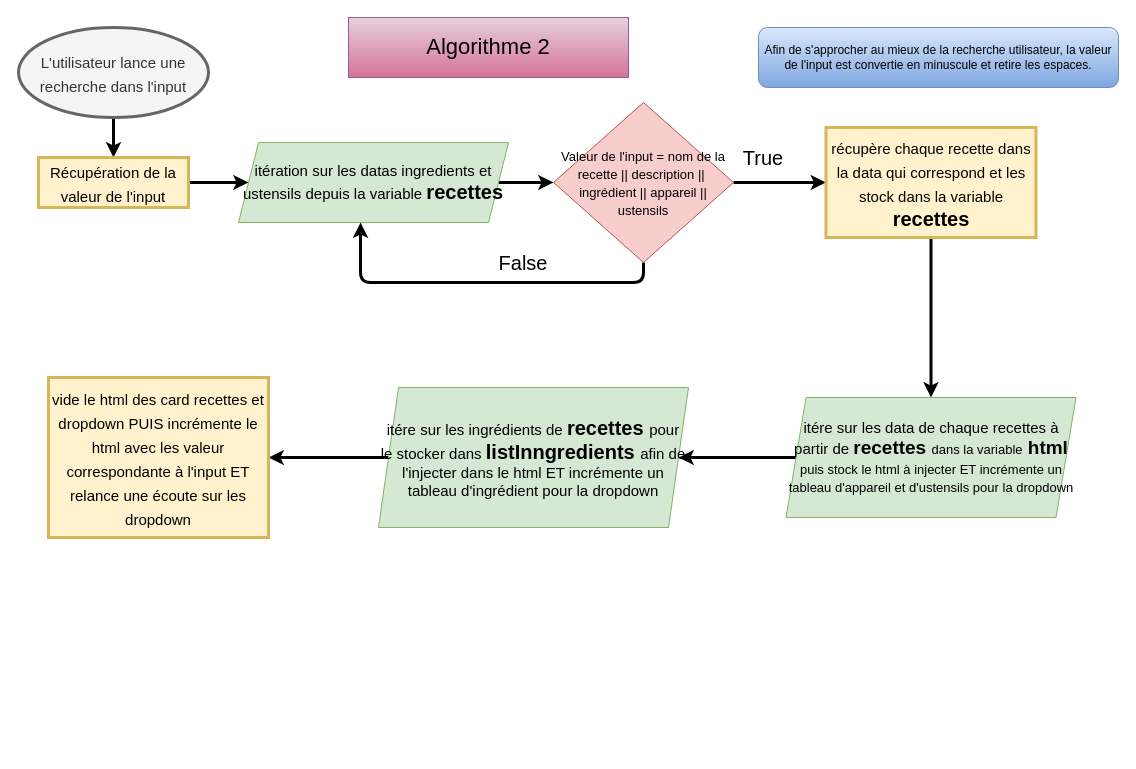
The draw.io diagram page "Page-2" (2 of 2) of Untitled Diagram.drawio in kbosc/KevinBosc_7_21-10-2021, before the edit. Source tidied: cells renumbered, new cells numbered last; positions are measured from the earlier drawing's top-left corner, leaving out a move shared by most shapes. Both pictures are drawn from the tidied source at 100%, with x=0, y=0 at pixel (18, 17).
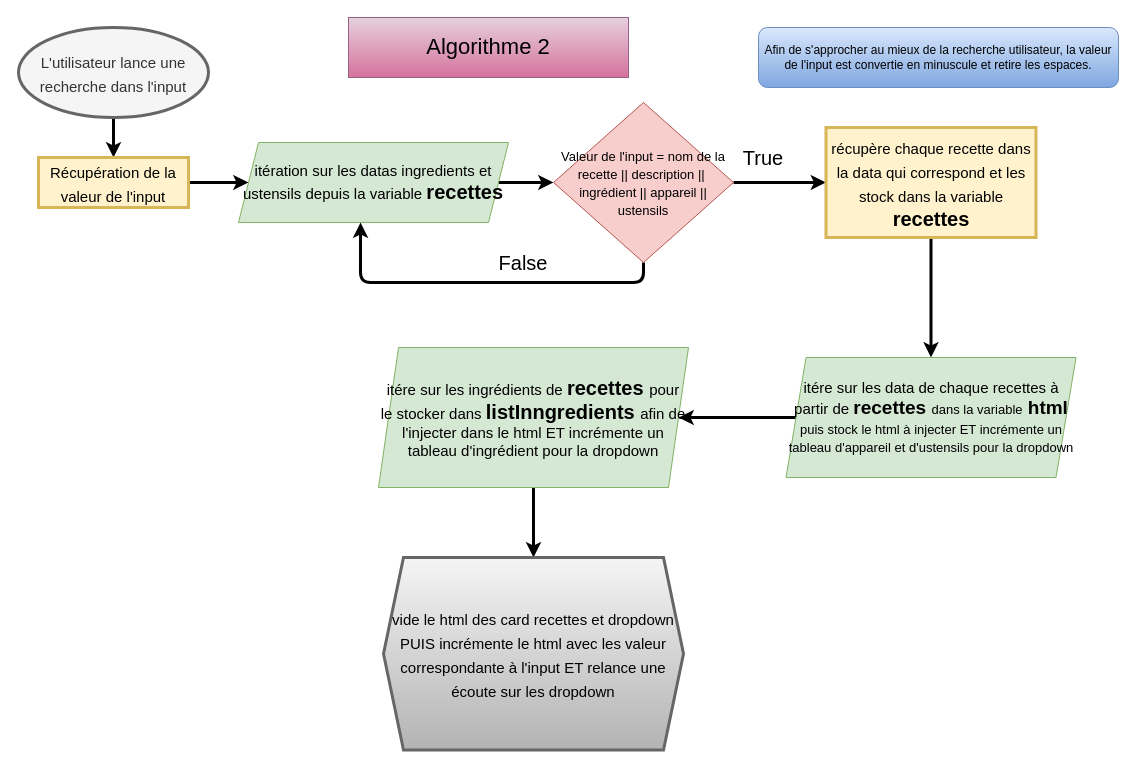
Above is the later version.

What changed in the source:
```diff
@@
     <mxCell id="16" value="itére sur les data de chaque recettes à partir de &lt;font style=&quot;font-weight: bold ; font-size: 19px&quot;&gt;recettes &lt;/font&gt;&lt;font style=&quot;font-size: 13px&quot;&gt;dans la variable&lt;/font&gt;&lt;font style=&quot;font-weight: bold ; font-size: 19px&quot;&gt; html &lt;/font&gt;&lt;font style=&quot;font-size: 13px&quot;&gt;puis stock le html à injecter ET incrémente un tableau d'appareil et d'ustensils pour la dropdown&lt;/font&gt;" style="shape=parallelogram;perimeter=parallelogramPerimeter;whiteSpace=wrap;html=1;fixedSize=1;fontSize=15;fillColor=#d5e8d4;strokeColor=#82b366;" parent="1" vertex="1">
-      <mxGeometry x="767.5" y="380" width="290" height="120" as="geometry" />
+      <mxGeometry x="767.5" y="340" width="290" height="120" as="geometry" />
     </mxCell>
-    <mxCell id="17" style="edgeStyle=orthogonalEdgeStyle;rounded=1;jettySize=auto;html=1;fontSize=20;strokeWidth=3;" parent="1" edge="1" source="18" target="20">
+    <mxCell id="17" style="edgeStyle=orthogonalEdgeStyle;rounded=1;jettySize=auto;html=1;fontSize=18;fontColor=#000000;strokeWidth=3;" parent="1" edge="1" source="18" target="20">
       <mxGeometry relative="1" as="geometry" />
     </mxCell>
     <mxCell id="18" value="itére sur les ingrédients de &lt;b&gt;&lt;font style=&quot;font-size: 20px&quot;&gt;recettes &lt;/font&gt;&lt;/b&gt;pour le stocker dans &lt;b&gt;&lt;font style=&quot;font-size: 20px&quot;&gt;listInngredients &lt;/font&gt;&lt;/b&gt;afin de l'injecter dans le html ET incrémente un tableau d'ingrédient pour la dropdown" style="shape=parallelogram;perimeter=parallelogramPerimeter;whiteSpace=wrap;html=1;fixedSize=1;fontSize=15;fillColor=#d5e8d4;strokeColor=#82b366;" parent="1" vertex="1">
-      <mxGeometry x="360" y="370" width="310" height="140" as="geometry" />
+      <mxGeometry x="360" y="330" width="310" height="140" as="geometry" />
     </mxCell>
@@
+    <mxCell id="21" value="False" style="text;html=1;strokeColor=none;fillColor=none;align=center;verticalAlign=middle;whiteSpace=wrap;rounded=0;fontSize=20;" parent="1" vertex="1">
+      <mxGeometry x="475" y="230" width="60" height="30" as="geometry" />
+    </mxCell>
-    <mxCell id="20" value="&lt;font style=&quot;font-size: 15px&quot;&gt;vide le html des card recettes et dropdown PUIS incrémente le html avec les valeur correspondante à l'input ET relance une écoute sur les dropdown&lt;/font&gt;" style="whiteSpace=wrap;html=1;rounded=0;fontSize=20;strokeWidth=3;fillColor=#fff2cc;strokeColor=#d6b656;" parent="1" vertex="1">
-      <mxGeometry x="30" y="360" width="220" height="160" as="geometry" />
+    <mxCell id="20" value="&lt;font&gt;&lt;span style=&quot;font-size: 15px&quot;&gt;vide le html des card recettes et dropdown PUIS incrémente le html avec les valeur correspondante à l'input ET relance une écoute sur les dropdown&lt;/span&gt;&lt;br&gt;&lt;/font&gt;" style="shape=hexagon;perimeter=hexagonPerimeter2;whiteSpace=wrap;html=1;fixedSize=1;rounded=0;fontSize=20;strokeWidth=3;fillColor=#f5f5f5;gradientColor=#b3b3b3;strokeColor=#666666;" parent="1" vertex="1">
+      <mxGeometry x="365" y="540" width="300" height="192.5" as="geometry" />
     </mxCell>
-    <mxCell id="21" value="False" style="text;html=1;strokeColor=none;fillColor=none;align=center;verticalAlign=middle;whiteSpace=wrap;rounded=0;fontSize=20;" parent="1" vertex="1">
-      <mxGeometry x="475" y="230" width="60" height="30" as="geometry" />
-    </mxCell>
```
